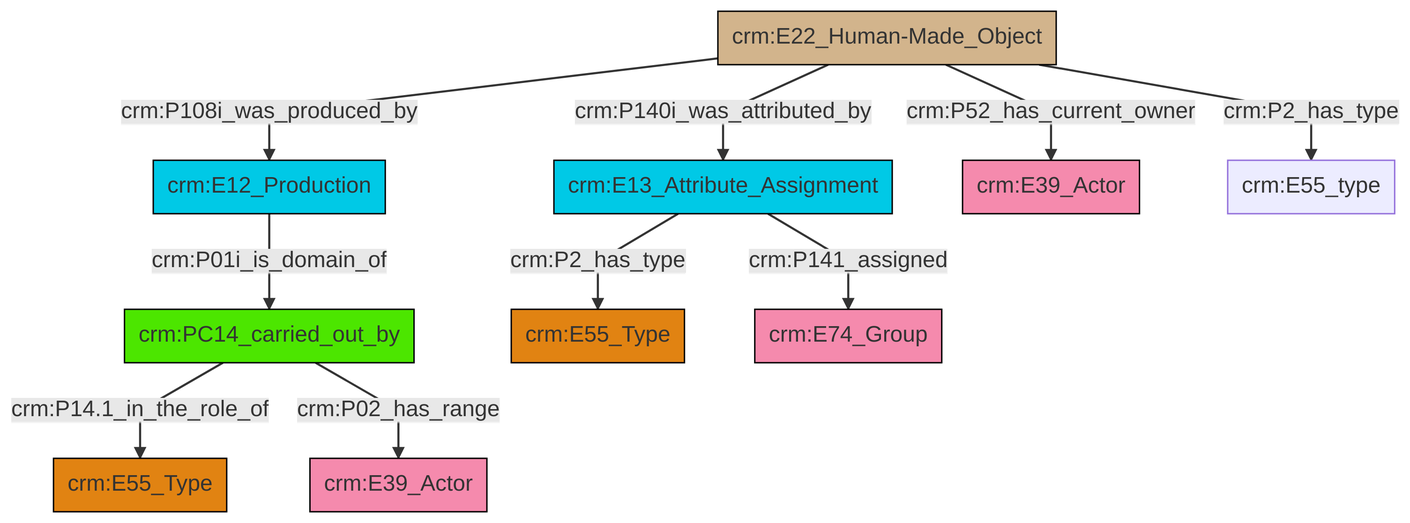
Before: et/builtWorkCSV/ttl/mmd/png/Built_Work_actor_relations.png, a diagram exported from Mermaid (swiss-art-research-net/docs.swissartresearch). Its source is kept beside it as et/builtWorkCSV/ttl/mmd/Built_Work_actor_relations.ttl.mmd.
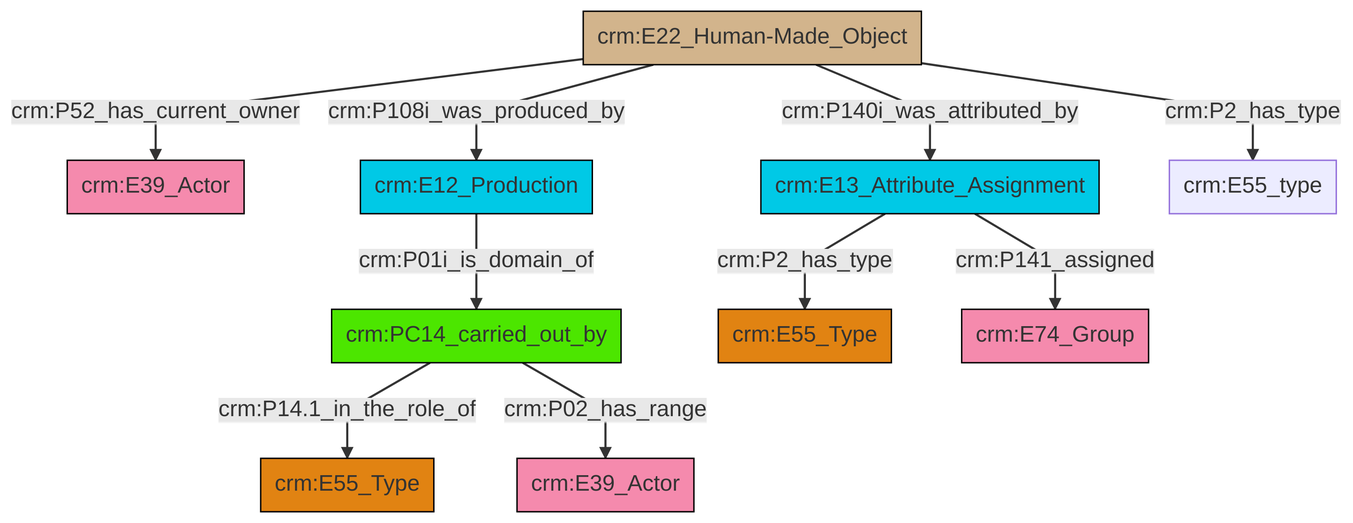
The same diagram one commit later.

Diff of the diagram source:
```diff
@@ -13,12 +13,12 @@
 classDef PC_Classes fill:#4ce600, stroke:#000000;
 classDef Multi fill:#cccccc,stroke:#000000;
 
-0["crm:E22_Human-Made_Object"]:::Physical_Thing -->|crm:P108i_was_produced_by| 2["crm:E12_Production"]:::Temporal_Entity
-2["crm:E12_Production"]:::Temporal_Entity -->|crm:P01i_is_domain_of| 5["crm:PC14_carried_out_by"]:::PC_Classes
-5["crm:PC14_carried_out_by"]:::PC_Classes -->|crm:P14.1_in_the_role_of| 6["crm:E55_Type"]:::Type
-5["crm:PC14_carried_out_by"]:::PC_Classes -->|crm:P02_has_range| 9["crm:E39_Actor"]:::Actor
-10["crm:E13_Attribute_Assignment"]:::Temporal_Entity -->|crm:P2_has_type| 3["crm:E55_Type"]:::Type
-10["crm:E13_Attribute_Assignment"]:::Temporal_Entity -->|crm:P141_assigned| 11["crm:E74_Group"]:::Actor
-0["crm:E22_Human-Made_Object"]:::Physical_Thing -->|crm:P140i_was_attributed_by| 10["crm:E13_Attribute_Assignment"]:::Temporal_Entity
-0["crm:E22_Human-Made_Object"]:::Physical_Thing -->|crm:P52_has_current_owner| 16["crm:E39_Actor"]:::Actor
-0["crm:E22_Human-Made_Object"]:::Physical_Thing -->|crm:P2_has_type| 7["crm:E55_type"]:::Default
+0["crm:E22_Human-Made_Object"]:::Physical_Thing -->|crm:P52_has_current_owner| 1["crm:E39_Actor"]:::Actor
+2["crm:PC14_carried_out_by"]:::PC_Classes -->|crm:P14.1_in_the_role_of| 3["crm:E55_Type"]:::Type
+2["crm:PC14_carried_out_by"]:::PC_Classes -->|crm:P02_has_range| 10["crm:E39_Actor"]:::Actor
+0["crm:E22_Human-Made_Object"]:::Physical_Thing -->|crm:P140i_was_attributed_by| 4["crm:E13_Attribute_Assignment"]:::Temporal_Entity
+0["crm:E22_Human-Made_Object"]:::Physical_Thing -->|crm:P108i_was_produced_by| 8["crm:E12_Production"]:::Temporal_Entity
+4["crm:E13_Attribute_Assignment"]:::Temporal_Entity -->|crm:P2_has_type| 6["crm:E55_Type"]:::Type
+8["crm:E12_Production"]:::Temporal_Entity -->|crm:P01i_is_domain_of| 2["crm:PC14_carried_out_by"]:::PC_Classes
+0["crm:E22_Human-Made_Object"]:::Physical_Thing -->|crm:P2_has_type| 13["crm:E55_type"]:::Default
+4["crm:E13_Attribute_Assignment"]:::Temporal_Entity -->|crm:P141_assigned| 17["crm:E74_Group"]:::Actor
```
